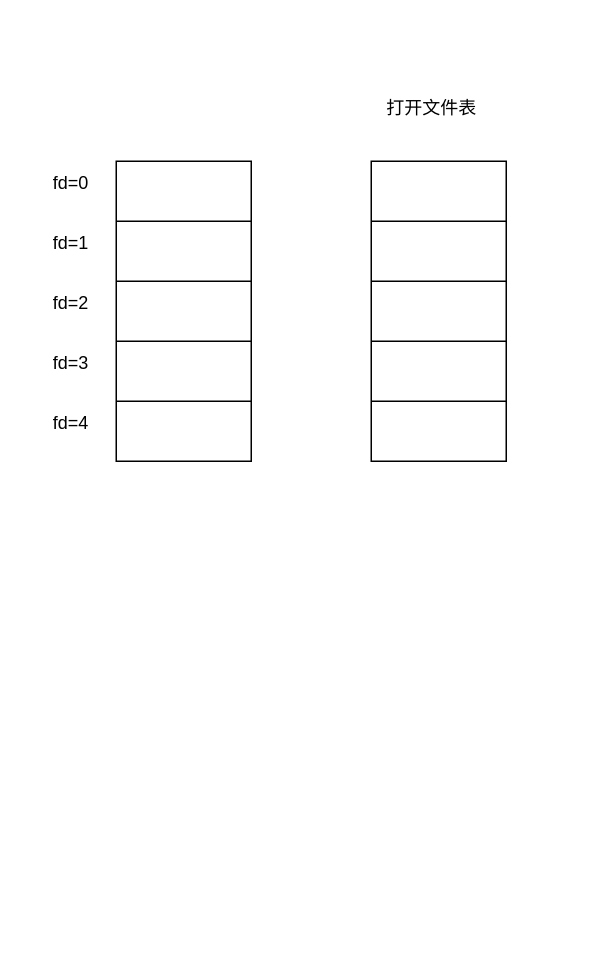
Before: 文件系统.drawio in LxkdGithub/draw.io, a draw.io diagram. Source tidied: cells renumbered, new cells numbered last; positions are measured from the earlier drawing's top-left corner, leaving out a move shared by most shapes. Both pictures are drawn from the tidied source at 150%, with x=0, y=0 at pixel (26, 86).
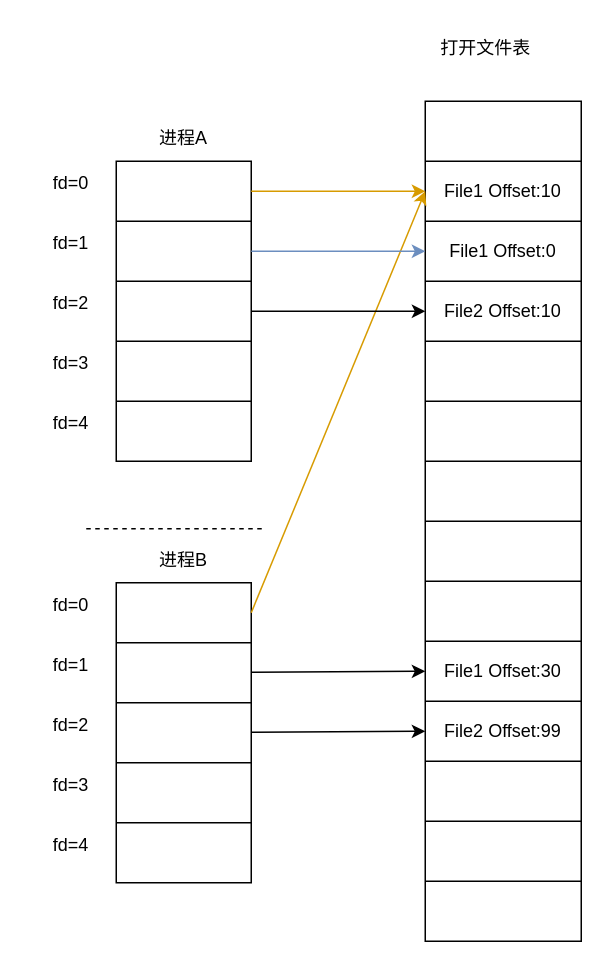
The same diagram, later.

Commit message (it also covers changes not shown here):
更新文件系统.drawio

Unchanged cells that the change refers to:
```xml
<mxCell id="3" style="shape=tableRow;horizontal=0;startSize=0;swimlaneHead=0;swimlaneBody=0;top=0;left=0;bottom=0;right=0;fillColor=none;points=[[0,0.5],[1,0.5]];portConstraint=eastwest;" parent="2" vertex="1">
  <mxGeometry width="90" height="40" as="geometry" />
</mxCell>
<mxCell id="5" style="shape=tableRow;horizontal=0;startSize=0;swimlaneHead=0;swimlaneBody=0;top=0;left=0;bottom=0;right=0;fillColor=none;points=[[0,0.5],[1,0.5]];portConstraint=eastwest;" parent="2" vertex="1">
  <mxGeometry y="40" width="90" height="40" as="geometry" />
</mxCell>
<mxCell id="7" style="shape=tableRow;horizontal=0;startSize=0;swimlaneHead=0;swimlaneBody=0;top=0;left=0;bottom=0;right=0;fillColor=none;points=[[0,0.5],[1,0.5]];portConstraint=eastwest;" parent="2" vertex="1">
  <mxGeometry y="80" width="90" height="40" as="geometry" />
</mxCell>
```

Diff of the diagram source:
```diff
@@
     <mxCell id="18" style="shape=table;html=1;whiteSpace=wrap;startSize=0;childLayout=tableLayout;" parent="1" vertex="1">
-      <mxGeometry x="230" y="50" width="90" height="200" as="geometry" />
+      <mxGeometry x="266" y="10" width="104" height="560" as="geometry" />
     </mxCell>
     <mxCell id="19" style="shape=tableRow;horizontal=0;startSize=0;swimlaneHead=0;swimlaneBody=0;top=0;left=0;bottom=0;right=0;fillColor=none;" parent="18" vertex="1">
-      <mxGeometry width="90" height="40" as="geometry" />
+      <mxGeometry width="104" height="40" as="geometry" />
     </mxCell>
     <mxCell id="20" style="shape=partialRectangle;html=1;whiteSpace=wrap;fillColor=none;top=0;left=0;bottom=0;right=0;overflow=hidden;" parent="19" vertex="1">
-      <mxGeometry width="90" height="40" as="geometry" />
+      <mxGeometry width="104" height="40" as="geometry" />
     </mxCell>
     <mxCell id="21" style="shape=tableRow;horizontal=0;startSize=0;swimlaneHead=0;swimlaneBody=0;top=0;left=0;bottom=0;right=0;fillColor=none;points=[[0,0.5],[1,0.5]];portConstraint=eastwest;" parent="18" vertex="1">
-      <mxGeometry y="40" width="90" height="40" as="geometry" />
+      <mxGeometry y="40" width="104" height="40" as="geometry" />
     </mxCell>
-    <mxCell id="22" style="shape=partialRectangle;html=1;whiteSpace=wrap;fillColor=none;top=0;left=0;bottom=0;right=0;overflow=hidden;" parent="21" vertex="1">
-      <mxGeometry width="90" height="40" as="geometry" />
+    <mxCell id="22" value="File1 Offset:10" style="shape=partialRectangle;html=1;whiteSpace=wrap;fillColor=none;top=0;left=0;bottom=0;right=0;overflow=hidden;" parent="21" vertex="1">
+      <mxGeometry width="104" height="40" as="geometry" />
     </mxCell>
     <mxCell id="23" style="shape=tableRow;horizontal=0;startSize=0;swimlaneHead=0;swimlaneBody=0;top=0;left=0;bottom=0;right=0;fillColor=none;points=[[0,0.5],[1,0.5]];portConstraint=eastwest;" parent="18" vertex="1">
-      <mxGeometry y="80" width="90" height="40" as="geometry" />
+      <mxGeometry y="80" width="104" height="40" as="geometry" />
     </mxCell>
-    <mxCell id="24" style="shape=partialRectangle;html=1;whiteSpace=wrap;fillColor=none;top=0;left=0;bottom=0;right=0;overflow=hidden;" parent="23" vertex="1">
-      <mxGeometry width="90" height="40" as="geometry" />
+    <mxCell id="24" value="File1 Offset:0" style="shape=partialRectangle;html=1;whiteSpace=wrap;fillColor=none;top=0;left=0;bottom=0;right=0;overflow=hidden;" parent="23" vertex="1">
+      <mxGeometry width="104" height="40" as="geometry" />
     </mxCell>
     <mxCell id="25" style="shape=tableRow;horizontal=0;startSize=0;swimlaneHead=0;swimlaneBody=0;top=0;left=0;bottom=0;right=0;fillColor=none;points=[[0,0.5],[1,0.5]];portConstraint=eastwest;" parent="18" vertex="1">
-      <mxGeometry y="120" width="90" height="40" as="geometry" />
+      <mxGeometry y="120" width="104" height="40" as="geometry" />
     </mxCell>
-    <mxCell id="26" style="shape=partialRectangle;html=1;whiteSpace=wrap;fillColor=none;top=0;left=0;bottom=0;right=0;overflow=hidden;" parent="25" vertex="1">
-      <mxGeometry width="90" height="40" as="geometry" />
+    <mxCell id="26" value="File2 Offset:10" style="shape=partialRectangle;html=1;whiteSpace=wrap;fillColor=none;top=0;left=0;bottom=0;right=0;overflow=hidden;" parent="25" vertex="1">
+      <mxGeometry width="104" height="40" as="geometry" />
     </mxCell>
     <mxCell id="27" style="shape=tableRow;horizontal=0;startSize=0;swimlaneHead=0;swimlaneBody=0;top=0;left=0;bottom=0;right=0;fillColor=none;" parent="18" vertex="1">
-      <mxGeometry y="160" width="90" height="40" as="geometry" />
+      <mxGeometry y="160" width="104" height="40" as="geometry" />
     </mxCell>
     <mxCell id="28" style="shape=partialRectangle;html=1;whiteSpace=wrap;fillColor=none;top=0;left=0;bottom=0;right=0;overflow=hidden;" parent="27" vertex="1">
-      <mxGeometry width="90" height="40" as="geometry" />
+      <mxGeometry width="104" height="40" as="geometry" />
     </mxCell>
+    <mxCell id="30" style="shape=tableRow;horizontal=0;startSize=0;swimlaneHead=0;swimlaneBody=0;top=0;left=0;bottom=0;right=0;fillColor=none;" parent="18" vertex="1">
+      <mxGeometry y="200" width="104" height="40" as="geometry" />
+    </mxCell>
+    <mxCell id="31" style="shape=partialRectangle;html=1;whiteSpace=wrap;fillColor=none;top=0;left=0;bottom=0;right=0;overflow=hidden;" parent="30" vertex="1">
+      <mxGeometry width="104" height="40" as="geometry" />
+    </mxCell>
+    <mxCell id="32" style="shape=tableRow;horizontal=0;startSize=0;swimlaneHead=0;swimlaneBody=0;top=0;left=0;bottom=0;right=0;fillColor=none;" parent="18" vertex="1">
+      <mxGeometry y="240" width="104" height="40" as="geometry" />
+    </mxCell>
+    <mxCell id="33" style="shape=partialRectangle;html=1;whiteSpace=wrap;fillColor=none;top=0;left=0;bottom=0;right=0;overflow=hidden;" parent="32" vertex="1">
+      <mxGeometry width="104" height="40" as="geometry" />
+    </mxCell>
+    <mxCell id="34" style="shape=tableRow;horizontal=0;startSize=0;swimlaneHead=0;swimlaneBody=0;top=0;left=0;bottom=0;right=0;fillColor=none;" parent="18" vertex="1">
+      <mxGeometry y="280" width="104" height="40" as="geometry" />
+    </mxCell>
+    <mxCell id="35" style="shape=partialRectangle;html=1;whiteSpace=wrap;fillColor=none;top=0;left=0;bottom=0;right=0;overflow=hidden;" parent="34" vertex="1">
+      <mxGeometry width="104" height="40" as="geometry" />
+    </mxCell>
+    <mxCell id="36" style="shape=tableRow;horizontal=0;startSize=0;swimlaneHead=0;swimlaneBody=0;top=0;left=0;bottom=0;right=0;fillColor=none;" parent="18" vertex="1">
+      <mxGeometry y="320" width="104" height="40" as="geometry" />
+    </mxCell>
+    <mxCell id="37" style="shape=partialRectangle;html=1;whiteSpace=wrap;fillColor=none;top=0;left=0;bottom=0;right=0;overflow=hidden;" parent="36" vertex="1">
+      <mxGeometry width="104" height="40" as="geometry" />
+    </mxCell>
+    <mxCell id="38" style="shape=tableRow;horizontal=0;startSize=0;swimlaneHead=0;swimlaneBody=0;top=0;left=0;bottom=0;right=0;fillColor=none;points=[[0,0.5],[1,0.5]];portConstraint=eastwest;" parent="18" vertex="1">
+      <mxGeometry y="360" width="104" height="40" as="geometry" />
+    </mxCell>
+    <mxCell id="39" value="File1 Offset:30" style="shape=partialRectangle;html=1;whiteSpace=wrap;fillColor=none;top=0;left=0;bottom=0;right=0;overflow=hidden;" parent="38" vertex="1">
+      <mxGeometry width="104" height="40" as="geometry" />
+    </mxCell>
+    <mxCell id="40" style="shape=tableRow;horizontal=0;startSize=0;swimlaneHead=0;swimlaneBody=0;top=0;left=0;bottom=0;right=0;fillColor=none;points=[[0,0.5],[1,0.5]];portConstraint=eastwest;" parent="18" vertex="1">
+      <mxGeometry y="400" width="104" height="40" as="geometry" />
+    </mxCell>
+    <mxCell id="41" value="File2 Offset:99" style="shape=partialRectangle;html=1;whiteSpace=wrap;fillColor=none;top=0;left=0;bottom=0;right=0;overflow=hidden;" parent="40" vertex="1">
+      <mxGeometry width="104" height="40" as="geometry" />
+    </mxCell>
+    <mxCell id="42" style="shape=tableRow;horizontal=0;startSize=0;swimlaneHead=0;swimlaneBody=0;top=0;left=0;bottom=0;right=0;fillColor=none;" parent="18" vertex="1">
+      <mxGeometry y="440" width="104" height="40" as="geometry" />
+    </mxCell>
+    <mxCell id="43" style="shape=partialRectangle;html=1;whiteSpace=wrap;fillColor=none;top=0;left=0;bottom=0;right=0;overflow=hidden;" parent="42" vertex="1">
+      <mxGeometry width="104" height="40" as="geometry" />
+    </mxCell>
+    <mxCell id="44" style="shape=tableRow;horizontal=0;startSize=0;swimlaneHead=0;swimlaneBody=0;top=0;left=0;bottom=0;right=0;fillColor=none;" parent="18" vertex="1">
+      <mxGeometry y="480" width="104" height="40" as="geometry" />
+    </mxCell>
+    <mxCell id="45" style="shape=partialRectangle;html=1;whiteSpace=wrap;fillColor=none;top=0;left=0;bottom=0;right=0;overflow=hidden;" parent="44" vertex="1">
+      <mxGeometry width="104" height="40" as="geometry" />
+    </mxCell>
+    <mxCell id="46" style="shape=tableRow;horizontal=0;startSize=0;swimlaneHead=0;swimlaneBody=0;top=0;left=0;bottom=0;right=0;fillColor=none;" parent="18" vertex="1">
+      <mxGeometry y="520" width="104" height="40" as="geometry" />
+    </mxCell>
+    <mxCell id="47" style="shape=partialRectangle;html=1;whiteSpace=wrap;fillColor=none;top=0;left=0;bottom=0;right=0;overflow=hidden;" parent="46" vertex="1">
+      <mxGeometry width="104" height="40" as="geometry" />
+    </mxCell>
     <mxCell id="29" value="打开文件表" style="text;html=1;align=center;verticalAlign=middle;strokeColor=none;fillColor=none;" parent="1" vertex="1">
-      <mxGeometry x="230" width="80" height="30" as="geometry" />
+      <mxGeometry x="266" y="-40" width="80" height="30" as="geometry" />
     </mxCell>
+    <mxCell id="48" style="shape=table;html=1;whiteSpace=wrap;startSize=0;childLayout=tableLayout;" parent="1" vertex="1">
+      <mxGeometry x="60" y="331" width="90" height="200" as="geometry" />
+    </mxCell>
+    <mxCell id="49" style="shape=tableRow;horizontal=0;startSize=0;swimlaneHead=0;swimlaneBody=0;top=0;left=0;bottom=0;right=0;fillColor=none;points=[[0,0.5],[1,0.5]];portConstraint=eastwest;" parent="48" vertex="1">
+      <mxGeometry width="90" height="40" as="geometry" />
+    </mxCell>
+    <mxCell id="50" style="shape=partialRectangle;html=1;whiteSpace=wrap;fillColor=none;top=0;left=0;bottom=0;right=0;overflow=hidden;" parent="49" vertex="1">
+      <mxGeometry width="90" height="40" as="geometry" />
+    </mxCell>
+    <mxCell id="51" style="shape=tableRow;horizontal=0;startSize=0;swimlaneHead=0;swimlaneBody=0;top=0;left=0;bottom=0;right=0;fillColor=none;points=[[0,0.5],[1,0.5]];portConstraint=eastwest;" parent="48" vertex="1">
+      <mxGeometry y="40" width="90" height="40" as="geometry" />
+    </mxCell>
+    <mxCell id="52" style="shape=partialRectangle;html=1;whiteSpace=wrap;fillColor=none;top=0;left=0;bottom=0;right=0;overflow=hidden;" parent="51" vertex="1">
+      <mxGeometry width="90" height="40" as="geometry" />
+    </mxCell>
+    <mxCell id="53" style="shape=tableRow;horizontal=0;startSize=0;swimlaneHead=0;swimlaneBody=0;top=0;left=0;bottom=0;right=0;fillColor=none;points=[[0,0.5],[1,0.5]];portConstraint=eastwest;" parent="48" vertex="1">
+      <mxGeometry y="80" width="90" height="40" as="geometry" />
+    </mxCell>
+    <mxCell id="54" style="shape=partialRectangle;html=1;whiteSpace=wrap;fillColor=none;top=0;left=0;bottom=0;right=0;overflow=hidden;" parent="53" vertex="1">
+      <mxGeometry width="90" height="40" as="geometry" />
+    </mxCell>
+    <mxCell id="55" style="shape=tableRow;horizontal=0;startSize=0;swimlaneHead=0;swimlaneBody=0;top=0;left=0;bottom=0;right=0;fillColor=none;" parent="48" vertex="1">
+      <mxGeometry y="120" width="90" height="40" as="geometry" />
+    </mxCell>
+    <mxCell id="56" style="shape=partialRectangle;html=1;whiteSpace=wrap;fillColor=none;top=0;left=0;bottom=0;right=0;overflow=hidden;" parent="55" vertex="1">
+      <mxGeometry width="90" height="40" as="geometry" />
+    </mxCell>
+    <mxCell id="57" style="shape=tableRow;horizontal=0;startSize=0;swimlaneHead=0;swimlaneBody=0;top=0;left=0;bottom=0;right=0;fillColor=none;" parent="48" vertex="1">
+      <mxGeometry y="160" width="90" height="40" as="geometry" />
+    </mxCell>
+    <mxCell id="58" style="shape=partialRectangle;html=1;whiteSpace=wrap;fillColor=none;top=0;left=0;bottom=0;right=0;overflow=hidden;" parent="57" vertex="1">
+      <mxGeometry width="90" height="40" as="geometry" />
+    </mxCell>
+    <mxCell id="59" value="fd=0" style="text;html=1;strokeColor=none;fillColor=none;align=center;verticalAlign=middle;whiteSpace=wrap;rounded=0;" parent="1" vertex="1">
+      <mxGeometry y="331" width="60" height="30" as="geometry" />
+    </mxCell>
+    <mxCell id="60" value="fd=1" style="text;html=1;strokeColor=none;fillColor=none;align=center;verticalAlign=middle;whiteSpace=wrap;rounded=0;" parent="1" vertex="1">
+      <mxGeometry y="371" width="60" height="30" as="geometry" />
+    </mxCell>
+    <mxCell id="61" value="fd=2" style="text;html=1;strokeColor=none;fillColor=none;align=center;verticalAlign=middle;whiteSpace=wrap;rounded=0;" parent="1" vertex="1">
+      <mxGeometry y="411" width="60" height="30" as="geometry" />
+    </mxCell>
+    <mxCell id="62" value="fd=3" style="text;html=1;strokeColor=none;fillColor=none;align=center;verticalAlign=middle;whiteSpace=wrap;rounded=0;" parent="1" vertex="1">
+      <mxGeometry y="451" width="60" height="30" as="geometry" />
+    </mxCell>
+    <mxCell id="63" value="fd=4" style="text;html=1;strokeColor=none;fillColor=none;align=center;verticalAlign=middle;whiteSpace=wrap;rounded=0;" parent="1" vertex="1">
+      <mxGeometry y="491" width="60" height="30" as="geometry" />
+    </mxCell>
+    <mxCell id="64" style="endArrow=none;dashed=1;html=1;rounded=0;" parent="1" edge="1">
+      <mxGeometry relative="1" as="geometry">
+        <mxPoint x="40" y="295" as="sourcePoint" />
+        <mxPoint x="160" y="295" as="targetPoint" />
+      </mxGeometry>
+    </mxCell>
+    <mxCell id="65" value="进程B" style="text;html=1;strokeColor=none;fillColor=none;align=center;verticalAlign=middle;whiteSpace=wrap;rounded=0;" parent="1" vertex="1">
+      <mxGeometry x="75" y="301" width="60" height="30" as="geometry" />
+    </mxCell>
+    <mxCell id="66" value="进程A" style="text;html=1;strokeColor=none;fillColor=none;align=center;verticalAlign=middle;whiteSpace=wrap;rounded=0;" parent="1" vertex="1">
+      <mxGeometry x="75" y="20" width="60" height="30" as="geometry" />
+    </mxCell>
+    <mxCell id="67" style="edgeStyle=orthogonalEdgeStyle;rounded=0;jettySize=auto;html=1;exitX=1;exitY=0.5;exitDx=0;exitDy=0;entryX=0;entryY=0.5;entryDx=0;entryDy=0;fillColor=#ffe6cc;strokeColor=#d79b00;" parent="1" edge="1" source="3" target="21">
+      <mxGeometry relative="1" as="geometry" />
+    </mxCell>
+    <mxCell id="68" style="rounded=0;jettySize=auto;html=1;exitX=1;exitY=0.5;exitDx=0;exitDy=0;entryX=0;entryY=0.5;entryDx=0;entryDy=0;fillColor=#ffe6cc;strokeColor=#d79b00;" parent="1" edge="1" source="49" target="21">
+      <mxGeometry relative="1" as="geometry" />
+    </mxCell>
+    <mxCell id="69" style="edgeStyle=none;rounded=0;jettySize=auto;html=1;fillColor=#dae8fc;strokeColor=#6c8ebf;" parent="1" edge="1" source="5" target="23">
+      <mxGeometry relative="1" as="geometry" />
+    </mxCell>
+    <mxCell id="70" style="edgeStyle=none;rounded=0;jettySize=auto;html=1;" parent="1" edge="1" source="7" target="25">
+      <mxGeometry relative="1" as="geometry" />
+    </mxCell>
+    <mxCell id="71" style="edgeStyle=none;rounded=0;jettySize=auto;html=1;entryX=0;entryY=0.5;entryDx=0;entryDy=0;" parent="1" edge="1" source="51" target="38">
+      <mxGeometry relative="1" as="geometry" />
+    </mxCell>
+    <mxCell id="72" style="edgeStyle=none;rounded=0;jettySize=auto;html=1;entryX=0;entryY=0.5;entryDx=0;entryDy=0;" parent="1" edge="1" source="53" target="40">
+      <mxGeometry relative="1" as="geometry" />
+    </mxCell>
```
